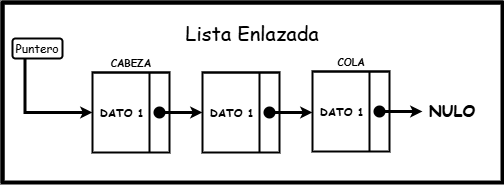
Earlier version of the draw.io export Imagenes (Hacer caso omiso)/septimo diagrama.png (Badjavii/Documentacion-Algoritmos-y-ED). Source tidied: cells renumbered, new cells last; positions are measured from the earlier drawing's top-left corner, leaving out a move shared by most shapes. The source it was exported from:
```xml
<mxGraphModel>
  <root>
    <mxCell id="0" />
    <mxCell id="1" parent="0" />
    <mxCell id="2" style="shape=internalStorage;whiteSpace=wrap;html=1;backgroundOutline=1;dx=0;dy=0;strokeWidth=4;" parent="1" vertex="1">
      <mxGeometry width="500" height="180" as="geometry" />
    </mxCell>
    <mxCell id="3" style="edgeStyle=orthogonalEdgeStyle;rounded=0;orthogonalLoop=1;jettySize=auto;html=1;exitX=0.5;exitY=1;exitDx=0;exitDy=0;" parent="1" edge="1" source="2" target="2">
      <mxGeometry relative="1" as="geometry" />
    </mxCell>
    <mxCell id="4" style="shape=internalStorage;whiteSpace=wrap;html=1;backgroundOutline=1;dx=57;dy=0;strokeWidth=2;" parent="1" vertex="1">
      <mxGeometry x="90" y="70" width="77" height="80" as="geometry" />
    </mxCell>
    <mxCell id="5" value="&lt;font face=&quot;Comic Sans MS&quot;&gt;Lista Enlazada&lt;/font&gt;" style="text;html=1;align=center;verticalAlign=middle;whiteSpace=wrap;rounded=0;fontSize=20;" parent="1" vertex="1">
      <mxGeometry x="160" y="15.5" width="180" height="30" as="geometry" />
    </mxCell>
    <mxCell id="6" value="&lt;font size=&quot;1&quot; style=&quot;&quot; face=&quot;Comic Sans MS&quot;&gt;&lt;b style=&quot;font-size: 11px;&quot;&gt;DATO 1&lt;/b&gt;&lt;/font&gt;" style="text;html=1;align=center;verticalAlign=middle;whiteSpace=wrap;rounded=0;fontSize=16;" parent="1" vertex="1">
      <mxGeometry x="96.5" y="104" width="45.5" height="10" as="geometry" />
    </mxCell>
    <mxCell id="7" value="&lt;font size=&quot;1&quot; face=&quot;Comic Sans MS&quot;&gt;&lt;b&gt;CABEZA&lt;/b&gt;&lt;/font&gt;" style="text;html=1;align=center;verticalAlign=middle;whiteSpace=wrap;rounded=0;fontSize=16;" parent="1" vertex="1">
      <mxGeometry x="94.5" y="49" width="68" height="20" as="geometry" />
    </mxCell>
    <mxCell id="8" style="edgeStyle=orthogonalEdgeStyle;rounded=0;jettySize=auto;html=1;exitX=0.25;exitY=1;exitDx=0;exitDy=0;entryX=0;entryY=0.5;entryDx=0;entryDy=0;strokeWidth=3;endSize=3;" parent="1" edge="1" source="9" target="4">
      <mxGeometry relative="1" as="geometry" />
    </mxCell>
    <mxCell id="9" value="&lt;font face=&quot;Comic Sans MS&quot;&gt;Puntero&lt;/font&gt;" style="rounded=1;whiteSpace=wrap;html=1;strokeWidth=2;" parent="1" vertex="1">
      <mxGeometry x="10" y="36" width="50" height="20" as="geometry" />
    </mxCell>
    <mxCell id="10" style="edgeStyle=orthogonalEdgeStyle;rounded=0;jettySize=auto;html=1;entryX=0;entryY=0.5;entryDx=0;entryDy=0;strokeWidth=3;endSize=3;" parent="1" edge="1" source="11" target="12">
      <mxGeometry relative="1" as="geometry" />
    </mxCell>
    <mxCell id="11" style="shape=waypoint;sketch=0;fillStyle=solid;size=6;points=[];fillColor=none;perimeter=centerPerimeter;snapToPoint=1;strokeWidth=4;" parent="1" vertex="1">
      <mxGeometry x="147" y="100" width="20" height="20" as="geometry" />
    </mxCell>
    <mxCell id="12" style="shape=internalStorage;whiteSpace=wrap;html=1;backgroundOutline=1;dx=57;dy=0;strokeWidth=2;" parent="1" vertex="1">
      <mxGeometry x="200" y="70" width="77" height="80" as="geometry" />
    </mxCell>
    <mxCell id="13" value="&lt;font size=&quot;1&quot; style=&quot;&quot; face=&quot;Comic Sans MS&quot;&gt;&lt;b style=&quot;font-size: 11px;&quot;&gt;DATO 1&lt;/b&gt;&lt;/font&gt;" style="text;html=1;align=center;verticalAlign=middle;whiteSpace=wrap;rounded=0;fontSize=16;" parent="1" vertex="1">
      <mxGeometry x="206.5" y="104" width="45.5" height="10" as="geometry" />
    </mxCell>
    <mxCell id="14" style="edgeStyle=orthogonalEdgeStyle;rounded=0;jettySize=auto;html=1;strokeWidth=3;endSize=3;" parent="1" edge="1" source="15">
      <mxGeometry relative="1" as="geometry">
        <mxPoint x="310" y="110" as="targetPoint" />
      </mxGeometry>
    </mxCell>
    <mxCell id="15" style="shape=waypoint;sketch=0;fillStyle=solid;size=6;points=[];fillColor=none;perimeter=centerPerimeter;snapToPoint=1;strokeWidth=4;" parent="1" vertex="1">
      <mxGeometry x="257" y="100" width="20" height="20" as="geometry" />
    </mxCell>
    <mxCell id="16" style="shape=internalStorage;whiteSpace=wrap;html=1;backgroundOutline=1;dx=57;dy=0;strokeWidth=2;" parent="1" vertex="1">
      <mxGeometry x="310" y="69" width="77" height="80" as="geometry" />
    </mxCell>
    <mxCell id="17" value="&lt;font size=&quot;1&quot; style=&quot;&quot; face=&quot;Comic Sans MS&quot;&gt;&lt;b style=&quot;font-size: 11px;&quot;&gt;DATO 1&lt;/b&gt;&lt;/font&gt;" style="text;html=1;align=center;verticalAlign=middle;whiteSpace=wrap;rounded=0;fontSize=16;" parent="1" vertex="1">
      <mxGeometry x="316.5" y="103" width="45.5" height="10" as="geometry" />
    </mxCell>
    <mxCell id="18" style="edgeStyle=orthogonalEdgeStyle;rounded=0;jettySize=auto;html=1;entryX=0;entryY=0.5;entryDx=0;entryDy=0;strokeWidth=3;endSize=3;" parent="1" edge="1" source="19" target="20">
      <mxGeometry relative="1" as="geometry" />
    </mxCell>
    <mxCell id="19" style="shape=waypoint;sketch=0;fillStyle=solid;size=6;points=[];fillColor=none;perimeter=centerPerimeter;snapToPoint=1;strokeWidth=4;" parent="1" vertex="1">
      <mxGeometry x="367" y="99" width="20" height="20" as="geometry" />
    </mxCell>
    <mxCell id="20" value="&lt;font face=&quot;Comic Sans MS&quot;&gt;&lt;b&gt;NULO&lt;/b&gt;&lt;/font&gt;" style="text;html=1;align=center;verticalAlign=middle;whiteSpace=wrap;rounded=0;fontSize=16;" parent="1" vertex="1">
      <mxGeometry x="420" y="94" width="60" height="30" as="geometry" />
    </mxCell>
    <mxCell id="21" value="&lt;font size=&quot;1&quot; face=&quot;Comic Sans MS&quot;&gt;&lt;b&gt;COLA&lt;/b&gt;&lt;/font&gt;" style="text;html=1;align=center;verticalAlign=middle;whiteSpace=wrap;rounded=0;fontSize=16;" parent="1" vertex="1">
      <mxGeometry x="314.5" y="48" width="68" height="20" as="geometry" />
    </mxCell>
  </root>
</mxGraphModel>
```
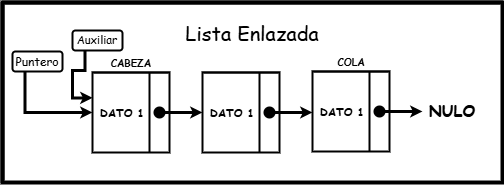
The same diagram one commit later.

Change to the diagram source:
```diff
@@ -24,7 +24,7 @@
       <mxGeometry relative="1" as="geometry" />
     </mxCell>
     <mxCell id="9" value="&lt;font face=&quot;Comic Sans MS&quot;&gt;Puntero&lt;/font&gt;" style="rounded=1;whiteSpace=wrap;html=1;strokeWidth=2;" parent="1" vertex="1">
-      <mxGeometry x="10" y="36" width="50" height="20" as="geometry" />
+      <mxGeometry x="10" y="49" width="50" height="20" as="geometry" />
     </mxCell>
     <mxCell id="10" style="edgeStyle=orthogonalEdgeStyle;rounded=0;jettySize=auto;html=1;entryX=0;entryY=0.5;entryDx=0;entryDy=0;strokeWidth=3;endSize=3;" parent="1" edge="1" source="11" target="12">
       <mxGeometry relative="1" as="geometry" />
@@ -64,5 +64,11 @@
     <mxCell id="21" value="&lt;font size=&quot;1&quot; face=&quot;Comic Sans MS&quot;&gt;&lt;b&gt;COLA&lt;/b&gt;&lt;/font&gt;" style="text;html=1;align=center;verticalAlign=middle;whiteSpace=wrap;rounded=0;fontSize=16;" parent="1" vertex="1">
       <mxGeometry x="314.5" y="48" width="68" height="20" as="geometry" />
     </mxCell>
+    <mxCell id="22" style="edgeStyle=orthogonalEdgeStyle;rounded=0;jettySize=auto;html=1;exitX=0.25;exitY=1;exitDx=0;exitDy=0;entryX=0;entryY=0.317;entryDx=0;entryDy=0;strokeWidth=3;endSize=3;entryPerimeter=0;" parent="1" edge="1" source="23" target="4">
+      <mxGeometry relative="1" as="geometry" />
+    </mxCell>
+    <mxCell id="23" value="&lt;font style=&quot;font-size: 11px;&quot; face=&quot;Comic Sans MS&quot;&gt;Auxiliar&lt;/font&gt;" style="rounded=1;whiteSpace=wrap;html=1;strokeWidth=2;" parent="1" vertex="1">
+      <mxGeometry x="70" y="28" width="50" height="20" as="geometry" />
+    </mxCell>
   </root>
 </mxGraphModel>
```
